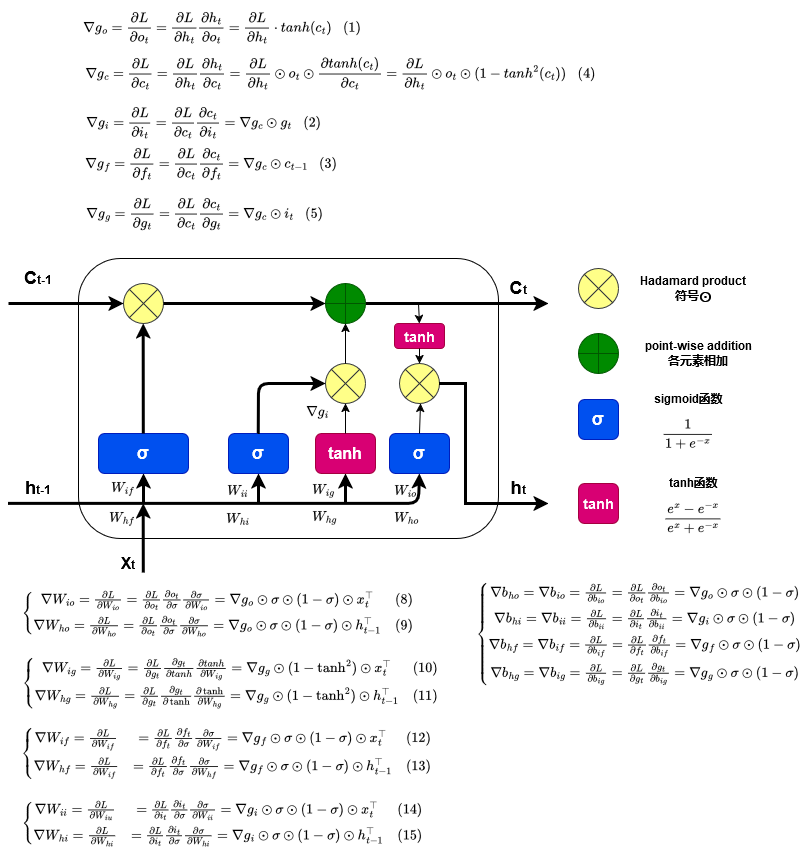
YoTro/YoTro.github.io keeps this draw.io diagram as images/MachineLearing/LSTM/BBTT.png. Above is the earlier version. Source tidied: cells renumbered, new cells last; positions are measured from the earlier drawing's top-left corner, leaving out a move shared by most shapes.
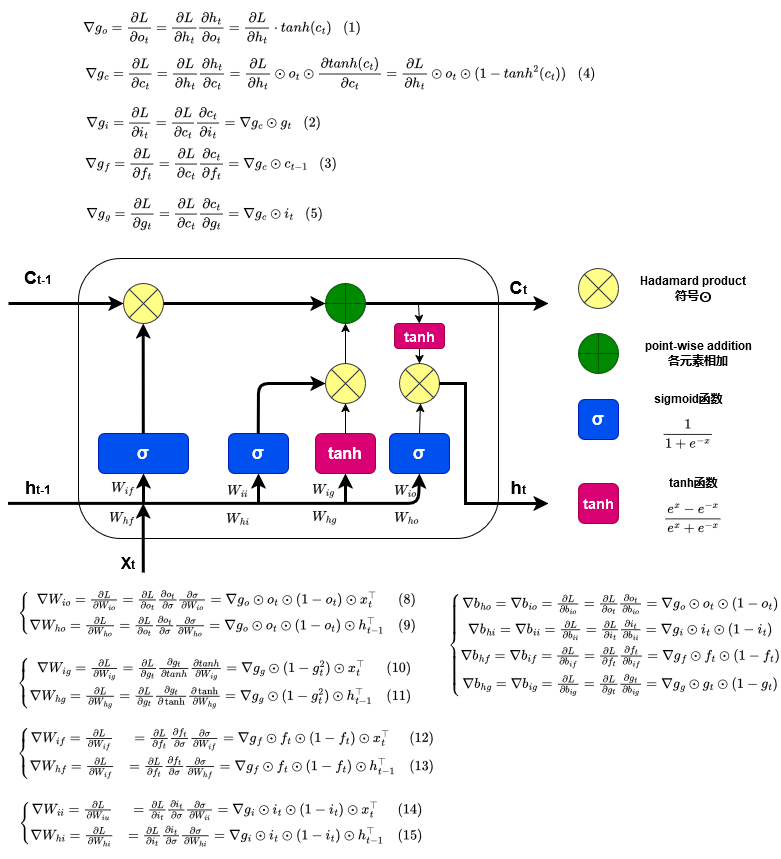
The same file after the commit.

What changed in the source:
```diff
@@ -166,19 +166,19 @@
         <mxPoint x="134.7" y="491" as="targetPoint" />
       </mxGeometry>
     </mxCell>
-    <mxCell id="45" value="$$\left\{\begin{matrix}&lt;br&gt;&amp;nbsp;\nabla W_{ig}=\frac{\partial L}{\partial W_{ig}}=\frac{\partial L}{\partial g_t}\frac{\partial g_t}{\partial tanh}\frac{\partial tanh}{\partial W_{ig}}=\nabla g_g \odot(1-\tanh^2 )\odot x^\top_t &amp;amp; \text{(10)}\\&lt;br&gt;\nabla W_{hg}=\frac{\partial L}{\partial W_{hg}}=\frac{\partial L}{\partial g_t}\frac{\partial g_t}{\partial \tanh}\frac{\partial \tanh}{\partial W_{hg}}&lt;br&gt;=\nabla g_g \odot(1-\tanh^2)\odot h^\top_{t-1} &amp;amp; \text{(11)}&lt;br&gt;\end{matrix}\right.$$" style="text;html=1;align=center;verticalAlign=middle;whiteSpace=wrap;rounded=0;" parent="1" vertex="1">
-      <mxGeometry x="124" y="656" width="196" height="30" as="geometry" />
+    <mxCell id="45" value="$$\left\{\begin{matrix}&lt;br&gt;&amp;nbsp;\nabla W_{ig}=\frac{\partial L}{\partial W_{ig}}=\frac{\partial L}{\partial g_t}\frac{\partial g_t}{\partial tanh}\frac{\partial tanh}{\partial W_{ig}}=\nabla g_g \odot(1-g^2_t )\odot x^\top_t &amp;amp; \text{(10)}\\&lt;br&gt;\nabla W_{hg}=\frac{\partial L}{\partial W_{hg}}=\frac{\partial L}{\partial g_t}\frac{\partial g_t}{\partial \tanh}\frac{\partial \tanh}{\partial W_{hg}}&lt;br&gt;=\nabla g_g \odot(1-g^2_t)\odot h^\top_{t-1} &amp;amp; \text{(11)}&lt;br&gt;\end{matrix}\right.$$" style="text;html=1;align=center;verticalAlign=middle;whiteSpace=wrap;rounded=0;" parent="1" vertex="1">
+      <mxGeometry x="108" y="656" width="196" height="30" as="geometry" />
     </mxCell>
     <mxCell id="46" value="&lt;div&gt;$$W_{hi}$$&lt;/div&gt;" style="text;html=1;align=center;verticalAlign=middle;whiteSpace=wrap;rounded=0;fontStyle=1;fontFamily=Helvetica;" parent="1" vertex="1">
       <mxGeometry x="200" y="486" width="60" height="40" as="geometry" />
     </mxCell>
-    <mxCell id="47" value="$$\left\{\begin{matrix}&lt;br&gt;\nabla W_{ii}= \frac{\partial L}{\partial W_{iu}}&amp;amp;=\frac{\partial L}{\partial i_t}\frac{\partial i_t}{\partial \sigma}\frac{\partial \sigma}{\partial W_{ii}}&lt;br&gt;=\nabla g_i \odot \sigma \odot (1-\sigma )\odot x^\top_t &amp;amp; \text{(14)}\\&lt;br&gt;\nabla W_{hi}= \frac{\partial L}{\partial W_{hi}}&amp;amp;=\frac{\partial L}{\partial i_t}\frac{\partial i_t}{\partial \sigma}\frac{\partial \sigma}{\partial W_{hi}}&lt;br&gt;=\nabla g_i \odot \sigma \odot (1-\sigma )\odot h^\top_{t-1} &amp;amp; \text{(15)}&lt;br&gt;\end{matrix}\right.$$" style="text;html=1;align=center;verticalAlign=middle;whiteSpace=wrap;rounded=0;" parent="1" vertex="1">
-      <mxGeometry x="116" y="796" width="196" height="30" as="geometry" />
+    <mxCell id="47" value="$$\left\{\begin{matrix}&lt;br&gt;\nabla W_{ii}= \frac{\partial L}{\partial W_{iu}}&amp;amp;=\frac{\partial L}{\partial i_t}\frac{\partial i_t}{\partial \sigma}\frac{\partial \sigma}{\partial W_{ii}}&lt;br&gt;=\nabla g_i \odot i_t \odot (1-i_t )\odot x^\top_t &amp;amp; \text{(14)}\\&lt;br&gt;\nabla W_{hi}= \frac{\partial L}{\partial W_{hi}}&amp;amp;=\frac{\partial L}{\partial i_t}\frac{\partial i_t}{\partial \sigma}\frac{\partial \sigma}{\partial W_{hi}}&lt;br&gt;=\nabla g_i \odot i_t \odot (1-i_t )\odot h^\top_{t-1} &amp;amp; \text{(15)}&lt;br&gt;\end{matrix}\right.$$" style="text;html=1;align=center;verticalAlign=middle;whiteSpace=wrap;rounded=0;" parent="1" vertex="1">
+      <mxGeometry x="115" y="796" width="196" height="30" as="geometry" />
     </mxCell>
-    <mxCell id="48" value="$$\left\{\begin{matrix}&lt;br&gt;&amp;nbsp; \nabla W_{io}=\frac{\partial L}{\partial W_{io}}=\frac{\partial L}{\partial o_t}\frac{\partial o_t}{\partial \sigma}\frac{\partial \sigma}{\partial W_{io}}&lt;br&gt;=\nabla g_o\odot\sigma \odot (1-\sigma )\odot x^\top_t &amp;amp; \text{(8)}\\&lt;br&gt;\nabla W_{ho}=\frac{\partial L}{\partial W_{ho}}=\frac{\partial L}{\partial o_t}\frac{\partial o_t}{\partial \sigma}\frac{\partial \sigma}{\partial W_{ho}}&lt;br&gt;=\nabla g_o\odot\sigma \odot (1-\sigma )\odot h^\top_{t-1} &amp;amp; \text{(9)}&lt;br&gt;\end{matrix}\right.$$" style="text;html=1;align=center;verticalAlign=middle;whiteSpace=wrap;rounded=0;" parent="1" vertex="1">
+    <mxCell id="48" value="$$\left\{\begin{matrix}&lt;br&gt;&amp;nbsp; \nabla W_{io}=\frac{\partial L}{\partial W_{io}}=\frac{\partial L}{\partial o_t}\frac{\partial o_t}{\partial \sigma}\frac{\partial \sigma}{\partial W_{io}}&lt;br&gt;=\nabla g_o\odot o_t \odot (1-o_t )\odot x^\top_t &amp;amp; \text{(8)}\\&lt;br&gt;\nabla W_{ho}=\frac{\partial L}{\partial W_{ho}}=\frac{\partial L}{\partial o_t}\frac{\partial o_t}{\partial \sigma}\frac{\partial \sigma}{\partial W_{ho}}&lt;br&gt;=\nabla g_o\odot o_t \odot (1-o_t )\odot h^\top_{t-1} &amp;amp; \text{(9)}&lt;br&gt;\end{matrix}\right.$$" style="text;html=1;align=center;verticalAlign=middle;whiteSpace=wrap;rounded=0;" parent="1" vertex="1">
       <mxGeometry x="111" y="586" width="196" height="30" as="geometry" />
     </mxCell>
-    <mxCell id="49" value="$$\left\{\begin{matrix}&lt;br&gt;\nabla W_{if}= \frac{\partial L}{\partial W_{if}}&amp;amp;=\frac{\partial L}{\partial f_{t}}\frac{\partial f_t}{\partial \sigma}\frac{\partial \sigma}{\partial W_{if}}&lt;br&gt;=\nabla g_f\odot \sigma \odot (1-\sigma )\odot x^\top_t &amp;amp; \text{(12)}\\&lt;br&gt;\nabla W_{hf}= \frac{\partial L}{\partial W_{if}}&amp;amp;=\frac{\partial L}{\partial f_{t}}\frac{\partial f_t}{\partial \sigma}\frac{\partial \sigma}{\partial W_{hf}}&lt;br&gt;=\nabla g_f\odot \sigma \odot (1-\sigma )\odot h^\top_{t-1} &amp;amp; \text{(13)}&lt;br&gt;\end{matrix}\right.$$" style="text;html=1;align=center;verticalAlign=middle;whiteSpace=wrap;rounded=0;" parent="1" vertex="1">
+    <mxCell id="49" value="$$\left\{\begin{matrix}&lt;br&gt;\nabla W_{if}= \frac{\partial L}{\partial W_{if}}&amp;amp;=\frac{\partial L}{\partial f_{t}}\frac{\partial f_t}{\partial \sigma}\frac{\partial \sigma}{\partial W_{if}}&lt;br&gt;=\nabla g_f\odot f_{t} \odot (1-f_{t} )\odot x^\top_t &amp;amp; \text{(12)}\\&lt;br&gt;\nabla W_{hf}= \frac{\partial L}{\partial W_{if}}&amp;amp;=\frac{\partial L}{\partial f_{t}}\frac{\partial f_t}{\partial \sigma}\frac{\partial \sigma}{\partial W_{hf}}&lt;br&gt;=\nabla g_f\odot f_{t} \odot (1-f_{t} )\odot h^\top_{t-1} &amp;amp; \text{(13)}&lt;br&gt;\end{matrix}\right.$$" style="text;html=1;align=center;verticalAlign=middle;whiteSpace=wrap;rounded=0;" parent="1" vertex="1">
       <mxGeometry x="120" y="726" width="196" height="30" as="geometry" />
     </mxCell>
     <mxCell id="50" value="&lt;div&gt;$$W_{hf}$$&lt;/div&gt;" style="text;html=1;align=center;verticalAlign=middle;whiteSpace=wrap;rounded=0;fontStyle=1;fontFamily=Helvetica;" parent="1" vertex="1">
@@ -205,11 +205,8 @@
     <mxCell id="57" value="$$\begin{align}\nabla g_f=\frac{\partial L}{\partial f_t}&amp;amp;=\frac{\partial L}{\partial c_t}\frac{\partial c_t}{\partial f_t}=\nabla g_c\odot c_{t-1}&lt;br&gt;\tag{3}\end{align}$$" style="text;html=1;align=center;verticalAlign=middle;whiteSpace=wrap;rounded=0;" parent="1" vertex="1">
       <mxGeometry x="159" y="137" width="60" height="30" as="geometry" />
     </mxCell>
-    <mxCell id="58" value="$$\nabla g_i$$" style="text;html=1;align=center;verticalAlign=middle;whiteSpace=wrap;rounded=0;" parent="1" vertex="1">
-      <mxGeometry x="280" y="384" width="60" height="30" as="geometry" />
-    </mxCell>
-    <mxCell id="59" value="$$\left\{\begin{matrix}&lt;br&gt;\nabla b_{ho}=\nabla b_{io} = \frac{\partial L}{\partial b_{io}}=\frac{\partial L}{\partial o_t}\frac{\partial o_t}{\partial b_{io}}=\nabla g_o \odot \sigma\odot(1-\sigma)\\&lt;br&gt;\nabla b_{hi}=\nabla b_{ii} = \frac{\partial L}{\partial b_{ii}}=\frac{\partial L}{\partial i_t}\frac{\partial i_t}{\partial b_{ii}}=\nabla g_i \odot \sigma\odot(1-\sigma)\\&lt;br&gt;\nabla b_{hf}=\nabla b_{if} = \frac{\partial L}{\partial b_{if}}=\frac{\partial L}{\partial f_t}\frac{\partial f_t}{\partial b_{if}}=\nabla g_f \odot \sigma\odot(1-\sigma)\\&lt;br&gt;\nabla b_{hg}=\nabla b_{ig} = \frac{\partial L}{\partial b_{ig}}=\frac{\partial L}{\partial g_t}\frac{\partial g_t}{\partial b_{ig}}=\nabla g_g \odot \sigma\odot(1-\sigma)\\&lt;br&gt;\end{matrix}\right.$$" style="text;html=1;align=center;verticalAlign=middle;whiteSpace=wrap;rounded=0;" parent="1" vertex="1">
-      <mxGeometry x="600" y="606" width="60" height="30" as="geometry" />
+    <mxCell id="59" value="$$\left\{\begin{matrix}&lt;br&gt;\nabla b_{ho}=\nabla b_{io} = \frac{\partial L}{\partial b_{io}}=\frac{\partial L}{\partial o_t}\frac{\partial o_t}{\partial b_{io}}=\nabla g_o \odot o_t\odot(1-o_t)\\&lt;br&gt;\nabla b_{hi}=\nabla b_{ii} = \frac{\partial L}{\partial b_{ii}}=\frac{\partial L}{\partial i_t}\frac{\partial i_t}{\partial b_{ii}}=\nabla g_i \odot i_t\odot(1-i_t)\\&lt;br&gt;\nabla b_{hf}=\nabla b_{if} = \frac{\partial L}{\partial b_{if}}=\frac{\partial L}{\partial f_t}\frac{\partial f_t}{\partial b_{if}}=\nabla g_f \odot f_t\odot(1-f_t)\\&lt;br&gt;\nabla b_{hg}=\nabla b_{ig} = \frac{\partial L}{\partial b_{ig}}=\frac{\partial L}{\partial g_t}\frac{\partial g_t}{\partial b_{ig}}=\nabla g_g \odot g_t\odot(1-g_t)\\&lt;br&gt;\end{matrix}\right.$$" style="text;html=1;align=center;verticalAlign=middle;whiteSpace=wrap;rounded=0;" parent="1" vertex="1">
+      <mxGeometry x="576" y="617" width="60" height="30" as="geometry" />
     </mxCell>
   </root>
 </mxGraphModel>
```
